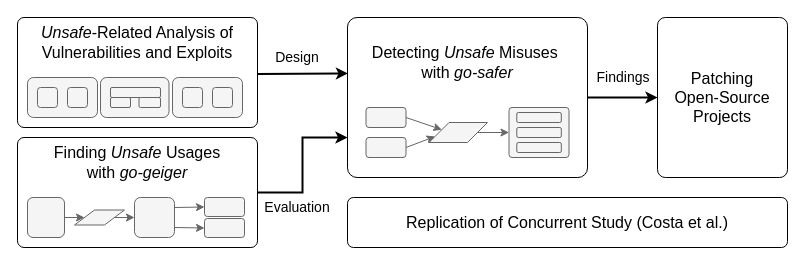
This is thesis/assets/figures/chapter1/outline1.drawio from jlauinger/master-of-science, a draw.io file, before an edit. Source tidied: cells renumbered, new cells numbered last; positions are measured from the earlier drawing's top-left corner, leaving out a move shared by most shapes. Both pictures are drawn from the tidied source at 100%, with x=0, y=0 at pixel (17, 17).
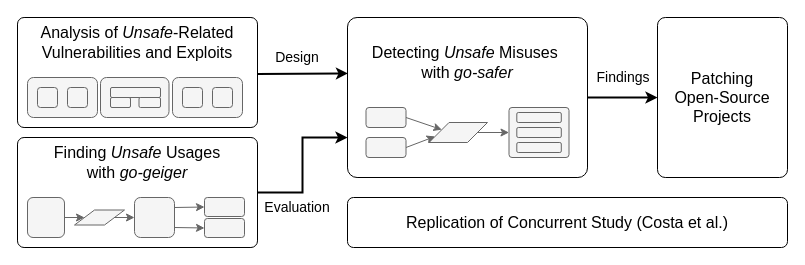
The same page after the edit.

What changed in the source:
```diff
@@
-    <mxCell id="47" value="&lt;span style=&quot;font-size: 16px&quot;&gt;&lt;i&gt;Unsafe&lt;/i&gt;-Related Analysis of Vulnerabilities and Exploits&lt;/span&gt;" style="text;html=1;strokeColor=none;fillColor=none;align=center;verticalAlign=middle;whiteSpace=wrap;rounded=0;" parent="1" vertex="1">
+    <mxCell id="47" value="&lt;span style=&quot;font-size: 16px&quot;&gt;Analysis of&amp;nbsp;&lt;/span&gt;&lt;span style=&quot;font-size: 16px&quot;&gt;&lt;i&gt;Unsafe&lt;/i&gt;-Related Vulnerabilities and Exploits&lt;/span&gt;" style="text;html=1;strokeColor=none;fillColor=none;align=center;verticalAlign=middle;whiteSpace=wrap;rounded=0;" parent="1" vertex="1">
       <mxGeometry y="10" width="240" height="30" as="geometry" />
     </mxCell>
```
